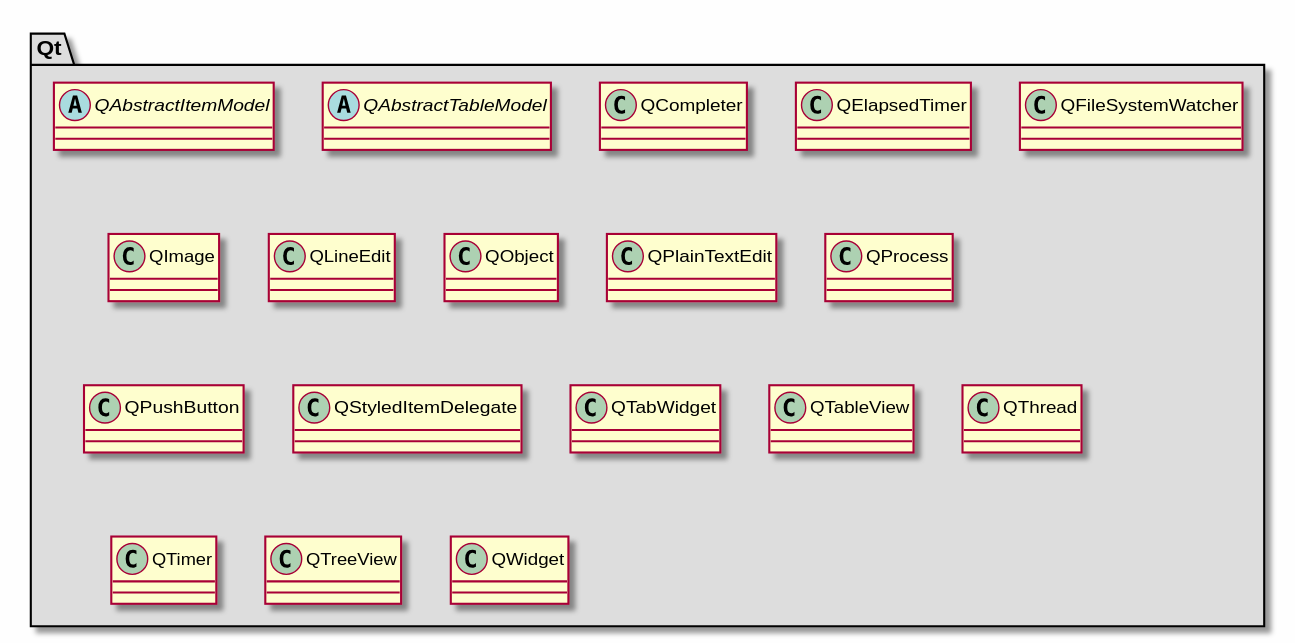
Earlier version of the PlantUML export md/dev_docs/puml/Qt_standalone.svg (svlad-90/DLT-Message-Analyzer).
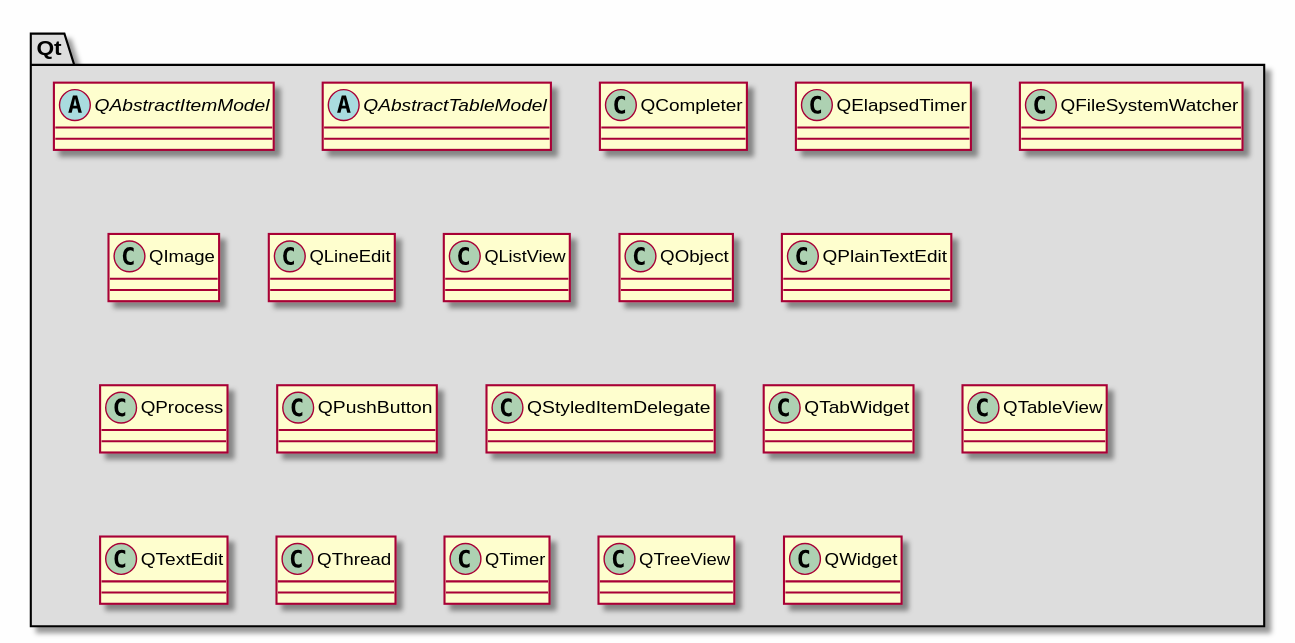
Above is the later version.

What changed in the source:
```diff
@@ -33,6 +33,10 @@
 {
 }
 
+class "QListView"
+{
+}
+
 class "QObject"
 {
 }
@@ -61,6 +65,10 @@
 {
 }
 
+class "QTextEdit"
+{
+}
+
 class "QThread"
 {
 }
```
